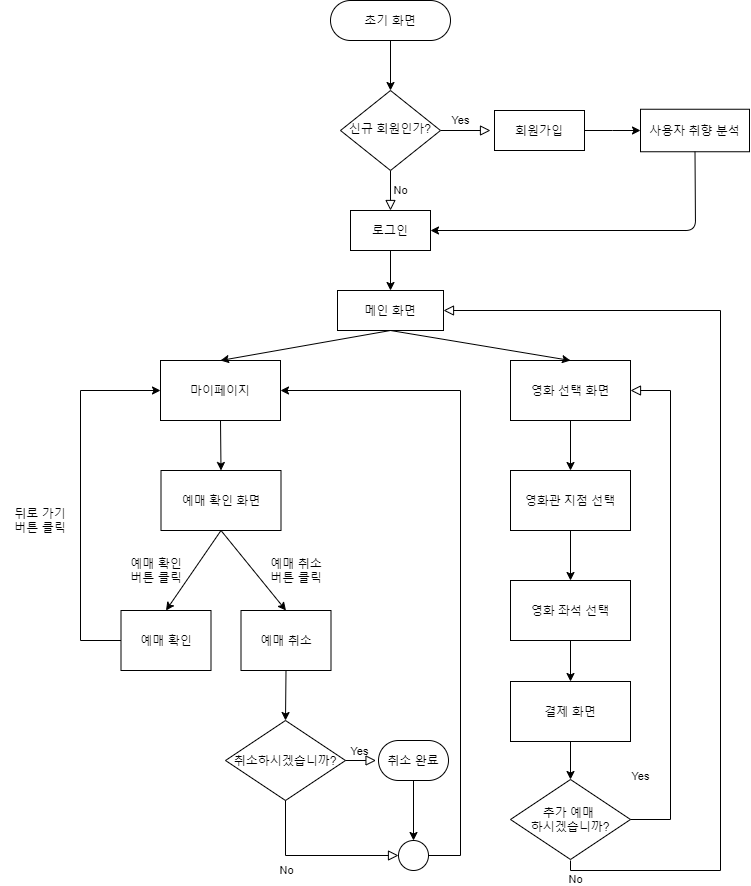
NayeonKeum/MovieApp_Swing keeps this draw.io diagram as flowchart.png. Above is the earlier version. Source tidied: cells renumbered, new cells last; positions are measured from the earlier drawing's top-left corner, leaving out a move shared by most shapes.
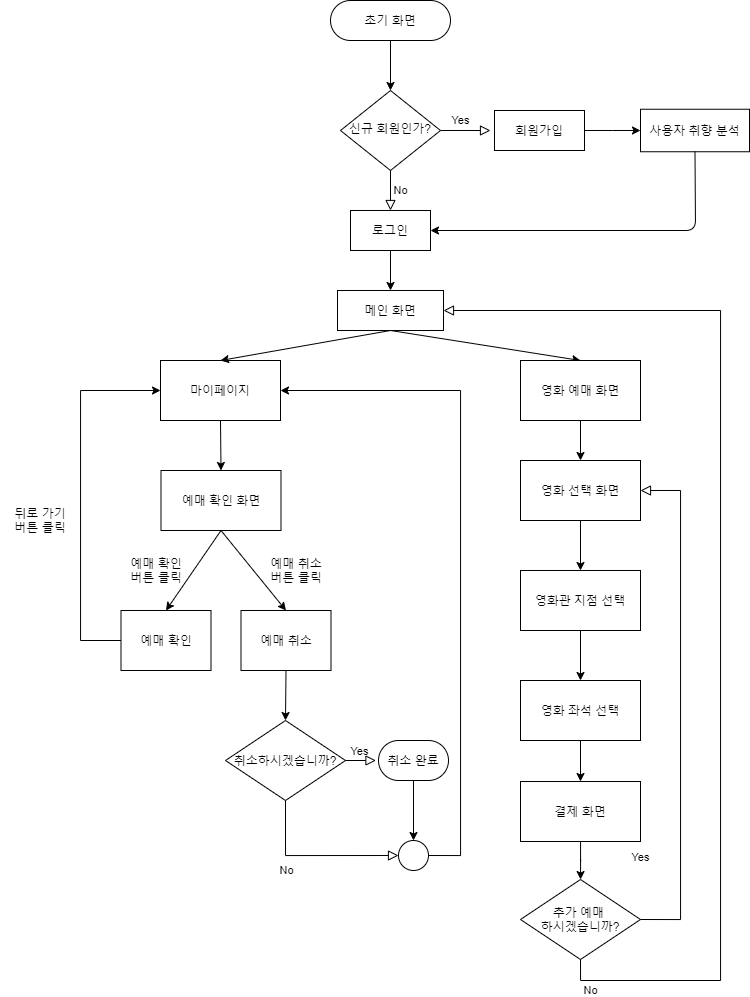
After the change.

Change to the diagram source:
```diff
@@ -43,7 +43,7 @@
       <mxGeometry relative="1" as="geometry" />
     </mxCell>
     <mxCell id="12" value="영화 선택 화면" style="rounded=0;whiteSpace=wrap;html=1;" parent="1" vertex="1">
-      <mxGeometry x="510" y="360" width="120" height="60" as="geometry" />
+      <mxGeometry x="520" y="460" width="120" height="60" as="geometry" />
     </mxCell>
     <mxCell id="13" value="마이페이지" style="rounded=0;whiteSpace=wrap;html=1;" parent="1" vertex="1">
       <mxGeometry x="160" y="360" width="120" height="60" as="geometry" />
@@ -126,7 +126,7 @@
     <mxCell id="34" style="endArrow=classic;html=1;exitX=0.5;exitY=1;exitDx=0;exitDy=0;entryX=0.5;entryY=0;entryDx=0;entryDy=0;" parent="1" edge="1" source="15" target="13">
       <mxGeometry relative="1" as="geometry" />
     </mxCell>
-    <mxCell id="35" style="endArrow=classic;html=1;entryX=0.5;entryY=0;entryDx=0;entryDy=0;" parent="1" edge="1" target="12">
+    <mxCell id="35" style="endArrow=classic;html=1;entryX=0.5;entryY=0;entryDx=0;entryDy=0;" parent="1" edge="1" target="47">
       <mxGeometry relative="1" as="geometry">
         <mxPoint x="390" y="330" as="sourcePoint" />
       </mxGeometry>
@@ -135,44 +135,49 @@
       <mxGeometry relative="1" as="geometry" />
     </mxCell>
     <mxCell id="37" value="영화관 지점 선택" style="rounded=0;whiteSpace=wrap;html=1;" parent="1" vertex="1">
-      <mxGeometry x="510" y="470" width="120" height="60" as="geometry" />
+      <mxGeometry x="520" y="570" width="120" height="60" as="geometry" />
     </mxCell>
     <mxCell id="38" style="edgeStyle=orthogonalEdgeStyle;rounded=0;jettySize=auto;html=1;exitX=0.5;exitY=1;exitDx=0;exitDy=0;entryX=0.5;entryY=0;entryDx=0;entryDy=0;" parent="1" edge="1" source="39" target="41">
       <mxGeometry relative="1" as="geometry" />
     </mxCell>
     <mxCell id="39" value="영화 좌석 선택" style="rounded=0;whiteSpace=wrap;html=1;" parent="1" vertex="1">
-      <mxGeometry x="510" y="580" width="120" height="60" as="geometry" />
+      <mxGeometry x="520" y="680" width="120" height="60" as="geometry" />
     </mxCell>
     <mxCell id="40" style="edgeStyle=orthogonalEdgeStyle;rounded=0;jettySize=auto;html=1;" parent="1" edge="1" source="41" target="42">
       <mxGeometry relative="1" as="geometry" />
     </mxCell>
     <mxCell id="41" value="결제 화면" style="rounded=0;whiteSpace=wrap;html=1;" parent="1" vertex="1">
-      <mxGeometry x="510" y="681" width="120" height="60" as="geometry" />
+      <mxGeometry x="520" y="781" width="120" height="60" as="geometry" />
     </mxCell>
     <mxCell id="42" value="추가 예매&amp;nbsp;&lt;br&gt;하시겠습니까?" style="rhombus;whiteSpace=wrap;html=1;rounded=0;" parent="1" vertex="1">
-      <mxGeometry x="510" y="779" width="120" height="80" as="geometry" />
+      <mxGeometry x="520" y="879" width="120" height="80" as="geometry" />
     </mxCell>
     <mxCell id="43" style="endArrow=classic;html=1;exitX=0.5;exitY=1;exitDx=0;exitDy=0;entryX=0.5;entryY=0;entryDx=0;entryDy=0;" parent="1" edge="1" source="2" target="5">
       <mxGeometry relative="1" as="geometry" />
     </mxCell>
-    <mxCell id="44" value="Yes" style="rounded=0;html=1;jettySize=auto;fontSize=11;endArrow=block;endFill=0;endSize=8;strokeWidth=1;shadow=0;labelBackgroundColor=none;edgeStyle=orthogonalEdgeStyle;entryX=1;entryY=0.5;entryDx=0;entryDy=0;" parent="1" edge="1" target="15">
+    <mxCell id="44" value="Yes" style="rounded=0;html=1;jettySize=auto;fontSize=11;endArrow=block;endFill=0;endSize=8;strokeWidth=1;shadow=0;labelBackgroundColor=none;edgeStyle=orthogonalEdgeStyle;entryX=1;entryY=0.5;entryDx=0;entryDy=0;exitX=0.5;exitY=1;exitDx=0;exitDy=0;" parent="1" edge="1" source="42" target="15">
       <mxGeometry x="-0.49" y="80" relative="1" as="geometry">
-        <mxPoint x="570" y="860" as="sourcePoint" />
         <Array as="points">
-          <mxPoint x="570" y="870" />
-          <mxPoint x="720" y="870" />
+          <mxPoint x="580" y="980" />
+          <mxPoint x="720" y="980" />
           <mxPoint x="720" y="310" />
         </Array>
       </mxGeometry>
     </mxCell>
     <mxCell id="45" value="No" style="edgeStyle=orthogonalEdgeStyle;rounded=0;html=1;jettySize=auto;fontSize=11;endArrow=block;endFill=0;endSize=8;strokeWidth=1;shadow=0;labelBackgroundColor=none;entryX=1;entryY=0.5;entryDx=0;entryDy=0;exitX=1;exitY=0.5;exitDx=0;exitDy=0;" parent="1" edge="1" source="42" target="12">
-      <mxGeometry x="-1" y="-81" relative="1" as="geometry">
+      <mxGeometry x="-1" y="-87" relative="1" as="geometry">
         <Array as="points">
-          <mxPoint x="670" y="819" />
-          <mxPoint x="670" y="390" />
+          <mxPoint x="680" y="919" />
+          <mxPoint x="680" y="490" />
         </Array>
-        <mxPoint x="-55" y="-21" as="offset" />
+        <mxPoint x="-50" y="-16" as="offset" />
       </mxGeometry>
     </mxCell>
+    <mxCell id="46" style="edgeStyle=orthogonalEdgeStyle;rounded=0;jettySize=auto;html=1;exitX=0.5;exitY=1;exitDx=0;exitDy=0;entryX=0.5;entryY=0;entryDx=0;entryDy=0;" parent="1" edge="1" source="47" target="12">
+      <mxGeometry relative="1" as="geometry" />
+    </mxCell>
+    <mxCell id="47" value="영화 예매 화면" style="rounded=0;whiteSpace=wrap;html=1;" parent="1" vertex="1">
+      <mxGeometry x="520" y="360" width="120" height="60" as="geometry" />
+    </mxCell>
   </root>
 </mxGraphModel>
```
